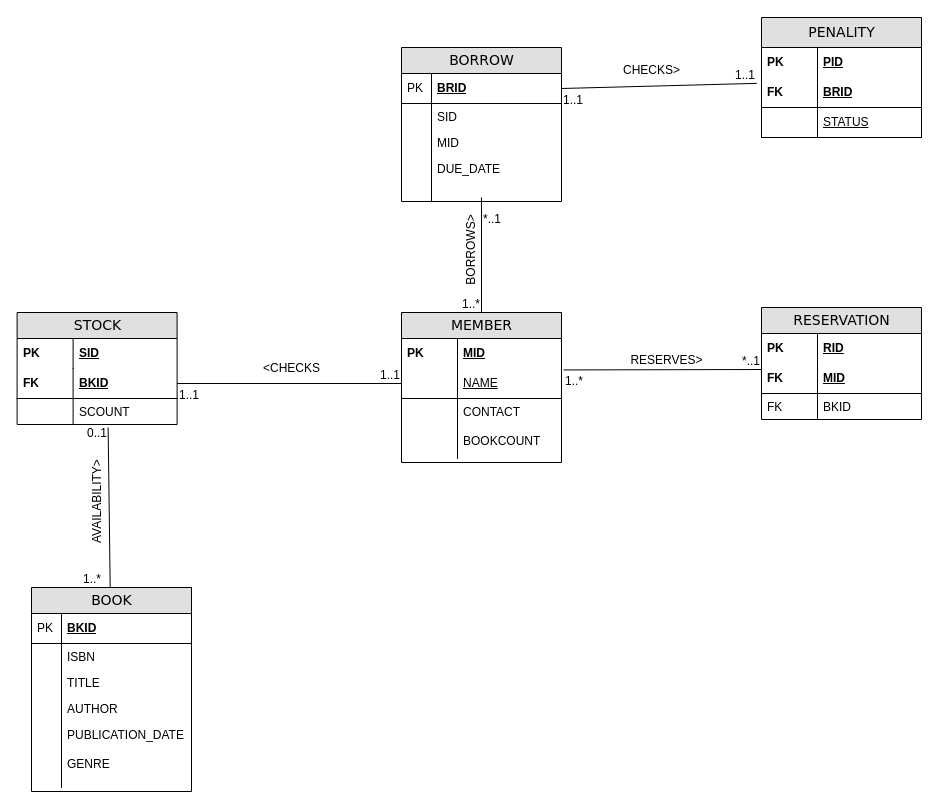
This is erdiagram.drawio from kaushik315/MScComputingDS, a draw.io file, before an edit. Source tidied: cells renumbered, new cells numbered last; positions are measured from the earlier drawing's top-left corner, leaving out a move shared by most shapes. Both pictures are drawn from the tidied source at 100%, with x=0, y=0 at pixel (17, 17).
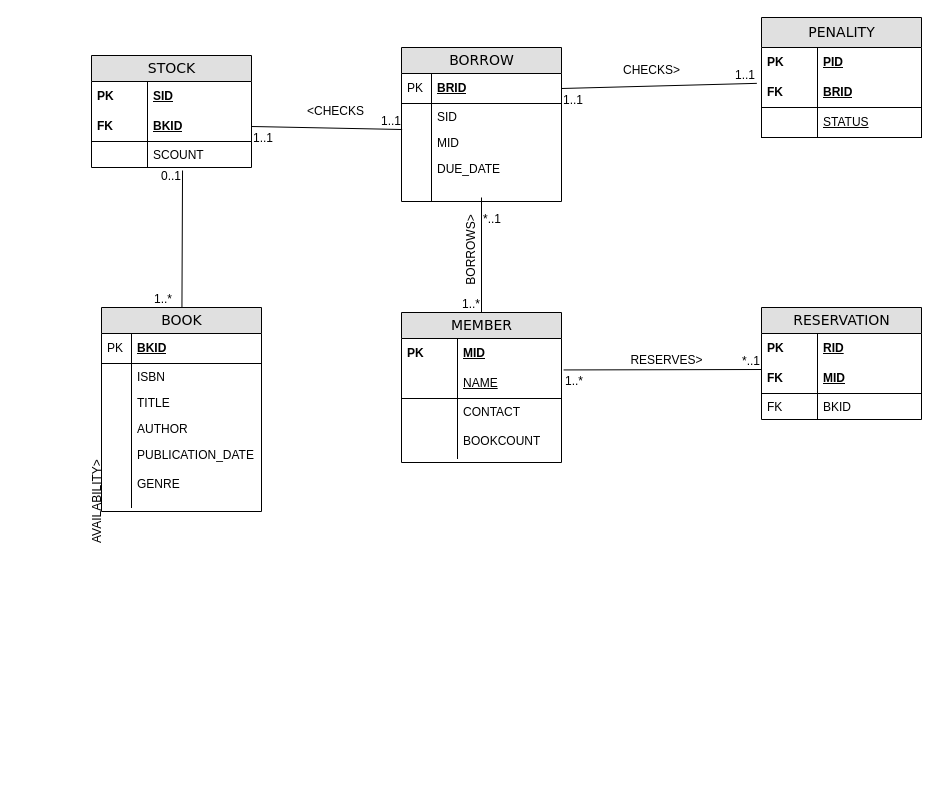
The same diagram, later.

The change refers to these unchanged cells:
```xml
<mxCell id="5" value="BKID" style="shape=partialRectangle;top=0;left=0;right=0;bottom=1;html=1;align=left;verticalAlign=middle;fillColor=none;spacingLeft=60;spacingRight=4;whiteSpace=wrap;overflow=hidden;points=[[0,0.5],[1,0.5]];portConstraint=eastwest;fontStyle=5;" parent="2" vertex="1">
  <mxGeometry y="56" width="160" height="30" as="geometry" />
</mxCell>
<mxCell id="12" value="&lt;span style=&quot;font-weight: normal;&quot;&gt;NAME&lt;/span&gt;" style="shape=partialRectangle;top=0;left=0;right=0;bottom=1;html=1;align=left;verticalAlign=middle;fillColor=none;spacingLeft=60;spacingRight=4;whiteSpace=wrap;overflow=hidden;points=[[0,0.5],[1,0.5]];portConstraint=eastwest;fontStyle=5;" parent="9" vertex="1">
  <mxGeometry y="56" width="160" height="30" as="geometry" />
</mxCell>
<mxCell id="37" value="SID" style="shape=partialRectangle;top=0;left=0;right=0;bottom=0;html=1;align=left;verticalAlign=top;fillColor=none;spacingLeft=34;spacingRight=4;whiteSpace=wrap;overflow=hidden;points=[[0,0.5],[1,0.5]];portConstraint=eastwest;" parent="34" vertex="1">
  <mxGeometry y="56" width="160" height="26" as="geometry" />
</mxCell>
```

Diff of the diagram source:
```diff
@@
     <mxCell id="2" value="STOCK" style="swimlane;html=1;fontStyle=0;horizontal=1;startSize=26;fillColor=#e0e0e0;swimlaneFillColor=#ffffff;align=center;rounded=0;shadow=0;comic=0;labelBackgroundColor=none;strokeWidth=1;fontFamily=Verdana;fontSize=14;" parent="1" vertex="1">
-      <mxGeometry x="-0.4" y="295" width="160" height="112" as="geometry" />
+      <mxGeometry x="74" y="38" width="160" height="112" as="geometry" />
     </mxCell>
@@
     <mxCell id="23" value="BOOK" style="swimlane;html=1;fontStyle=0;horizontal=1;startSize=26;fillColor=#e0e0e0;swimlaneFillColor=#ffffff;align=center;rounded=0;shadow=0;comic=0;labelBackgroundColor=none;strokeWidth=1;fontFamily=Verdana;fontSize=14;" parent="1" vertex="1">
-      <mxGeometry x="14" y="570" width="160" height="204" as="geometry" />
+      <mxGeometry x="84" y="290" width="160" height="204" as="geometry" />
     </mxCell>
@@
-    <mxCell id="58" style="endArrow=none;html=1;rounded=0;exitX=1;exitY=0.5;exitDx=0;exitDy=0;entryX=0;entryY=0.5;entryDx=0;entryDy=0;" parent="1" edge="1" source="5" target="12">
-      <mxGeometry relative="1" as="geometry" />
-    </mxCell>
-    <mxCell id="59" value="1..1" style="html=1;whiteSpace=wrap;align=left;verticalAlign=bottom;" parent="58" vertex="1">
-      <mxGeometry x="-1" relative="1" as="geometry">
-        <mxPoint y="20" as="offset" />
-      </mxGeometry>
-    </mxCell>
-    <mxCell id="60" value="1..1" style="html=1;whiteSpace=wrap;align=right;verticalAlign=bottom;" parent="58" vertex="1">
-      <mxGeometry x="1" relative="1" as="geometry" />
-    </mxCell>
-    <mxCell id="61" value="&amp;lt;CHECKS" style="text;html=1;align=center;verticalAlign=middle;strokeColor=none;fillColor=none;" parent="1" vertex="1">
-      <mxGeometry x="234" y="336" width="80" height="30" as="geometry" />
-    </mxCell>
@@
+    <mxCell id="72" style="endArrow=none;html=1;rounded=0;entryX=0.004;entryY=1;entryDx=0;entryDy=0;exitX=1;exitY=0.5;exitDx=0;exitDy=0;entryPerimeter=0;" parent="1" edge="1" source="5" target="37">
+      <mxGeometry relative="1" as="geometry" />
+    </mxCell>
+    <mxCell id="59" value="1..1" style="html=1;whiteSpace=wrap;align=left;verticalAlign=bottom;" parent="72" vertex="1">
+      <mxGeometry x="-1" relative="1" as="geometry">
+        <mxPoint y="20" as="offset" />
+      </mxGeometry>
+    </mxCell>
+    <mxCell id="60" value="1..1" style="html=1;whiteSpace=wrap;align=right;verticalAlign=bottom;" parent="72" vertex="1">
+      <mxGeometry x="1" relative="1" as="geometry" />
+    </mxCell>
+    <mxCell id="61" value="&amp;lt;CHECKS" style="text;html=1;align=center;verticalAlign=middle;strokeColor=none;fillColor=none;" parent="1" vertex="1">
+      <mxGeometry x="278" y="78.5" width="80" height="30" as="geometry" />
+    </mxCell>
```
